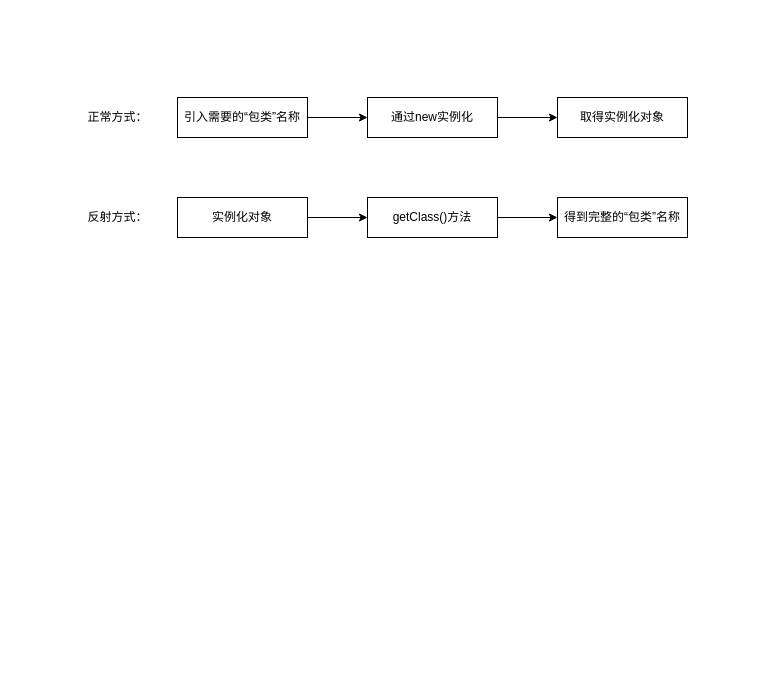
CoachHe/coachhe.github.io keeps this draw.io diagram as source/_posts/编程语言/Java/Java语言/Java语法/OnJava8/图示/第19章 反射/反射机制概述.drawio. Above is the earlier version. Source tidied: cells renumbered, new cells numbered last; positions are measured from the earlier drawing's top-left corner, leaving out a move shared by most shapes. Both pictures are drawn from the tidied source at 100%, with x=0, y=0 at pixel (17, 17).
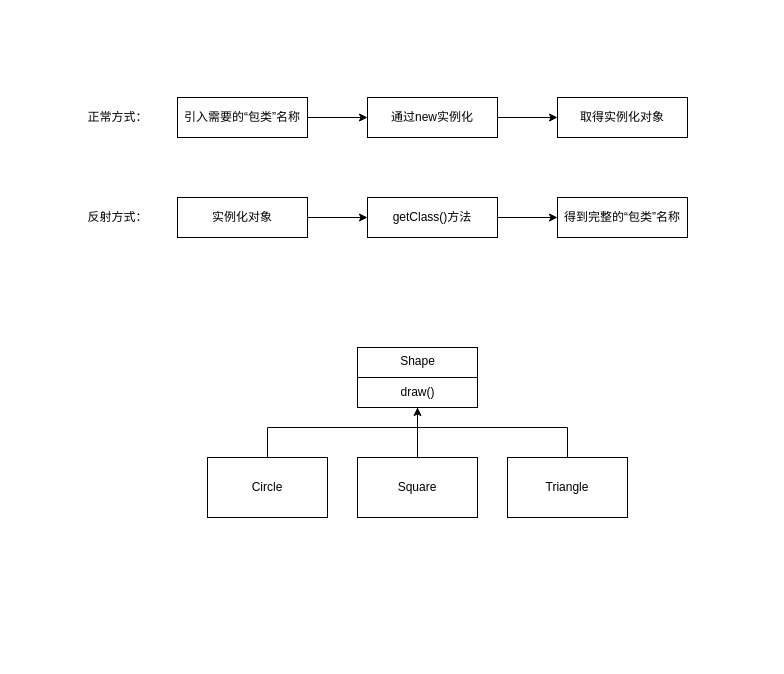
After the change.

Diff of the diagram source:
```diff
@@
+    <mxCell id="15" style="rounded=0;whiteSpace=wrap;html=1;" parent="1" vertex="1">
+      <mxGeometry x="340" y="330" width="120" height="60" as="geometry" />
+    </mxCell>
+    <mxCell id="16" style="edgeStyle=orthogonalEdgeStyle;rounded=0;html=1;exitX=0.5;exitY=0;exitDx=0;exitDy=0;entryX=0.5;entryY=1;entryDx=0;entryDy=0;endArrow=none;endFill=0;" parent="1" edge="1" source="17" target="15">
+      <mxGeometry relative="1" as="geometry">
+        <Array as="points">
+          <mxPoint x="550" y="410" />
+          <mxPoint x="400" y="410" />
+        </Array>
+      </mxGeometry>
+    </mxCell>
+    <mxCell id="17" value="Triangle" style="rounded=0;whiteSpace=wrap;html=1;" parent="1" vertex="1">
+      <mxGeometry x="490" y="440" width="120" height="60" as="geometry" />
+    </mxCell>
+    <mxCell id="18" style="edgeStyle=orthogonalEdgeStyle;rounded=0;html=1;exitX=0.5;exitY=0;exitDx=0;exitDy=0;endArrow=none;endFill=0;" parent="1" edge="1" source="19">
+      <mxGeometry relative="1" as="geometry">
+        <mxPoint x="400" y="400" as="targetPoint" />
+      </mxGeometry>
+    </mxCell>
+    <mxCell id="19" value="Square" style="rounded=0;whiteSpace=wrap;html=1;" parent="1" vertex="1">
+      <mxGeometry x="340" y="440" width="120" height="60" as="geometry" />
+    </mxCell>
+    <mxCell id="20" style="edgeStyle=none;html=1;exitX=0.5;exitY=0;exitDx=0;exitDy=0;entryX=0.5;entryY=1;entryDx=0;entryDy=0;endArrow=classic;endFill=1;rounded=0;" parent="1" edge="1" source="21" target="15">
+      <mxGeometry relative="1" as="geometry">
+        <Array as="points">
+          <mxPoint x="250" y="410" />
+          <mxPoint x="400" y="410" />
+        </Array>
+      </mxGeometry>
+    </mxCell>
+    <mxCell id="21" value="Circle" style="rounded=0;whiteSpace=wrap;html=1;" parent="1" vertex="1">
+      <mxGeometry x="190" y="440" width="120" height="60" as="geometry" />
+    </mxCell>
+    <mxCell id="22" style="edgeStyle=none;html=1;exitX=0;exitY=0.5;exitDx=0;exitDy=0;entryX=1;entryY=0.5;entryDx=0;entryDy=0;endArrow=none;endFill=0;" parent="1" edge="1" source="15" target="15">
+      <mxGeometry relative="1" as="geometry" />
+    </mxCell>
+    <mxCell id="23" value="Shape" style="text;html=1;align=center;verticalAlign=middle;strokeColor=none;" parent="1" vertex="1">
+      <mxGeometry x="375" y="334" width="50" height="20" as="geometry" />
+    </mxCell>
+    <mxCell id="24" value="draw()" style="text;html=1;align=center;verticalAlign=middle;strokeColor=none;" parent="1" vertex="1">
+      <mxGeometry x="375" y="365" width="50" height="20" as="geometry" />
+    </mxCell>
```
